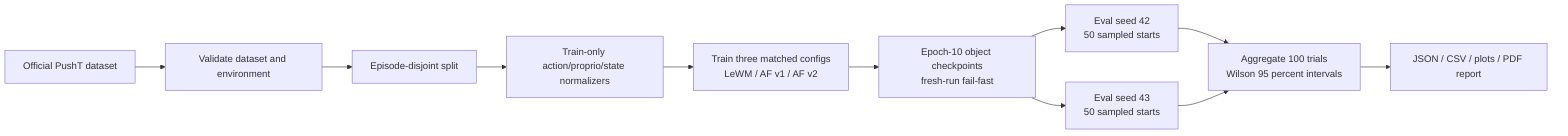
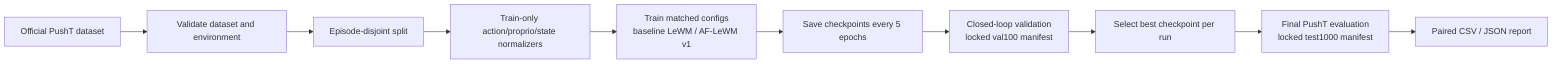
flowchart LR
  A["Official PushT dataset"] --> B["Validate dataset and environment"]
  B --> C["Episode-disjoint split"]
  C --> D["Train-only action/proprio/state normalizers"]
-   D --> E["Train three matched configs<br/>LeWM / AF v1 / AF v2"]
-   E --> F["Epoch-10 object checkpoints<br/>fresh-run fail-fast"]
-   F --> G["Eval seed 42<br/>50 sampled starts"]
-   F --> H["Eval seed 43<br/>50 sampled starts"]
-   G --> I["Aggregate 100 trials<br/>Wilson 95 percent intervals"]
-   H --> I
-   I --> J["JSON / CSV / plots / PDF report"]
+   D --> E["Train matched configs<br/>baseline LeWM / AF-LeWM v1"]
+   E --> F["Save checkpoints every 5 epochs"]
+   F --> G["Closed-loop validation<br/>locked val100 manifest"]
+   G --> H["Select best checkpoint per run"]
+   H --> I["Final PushT evaluation<br/>locked test1000 manifest"]
+   I --> J["Paired CSV / JSON report"]
